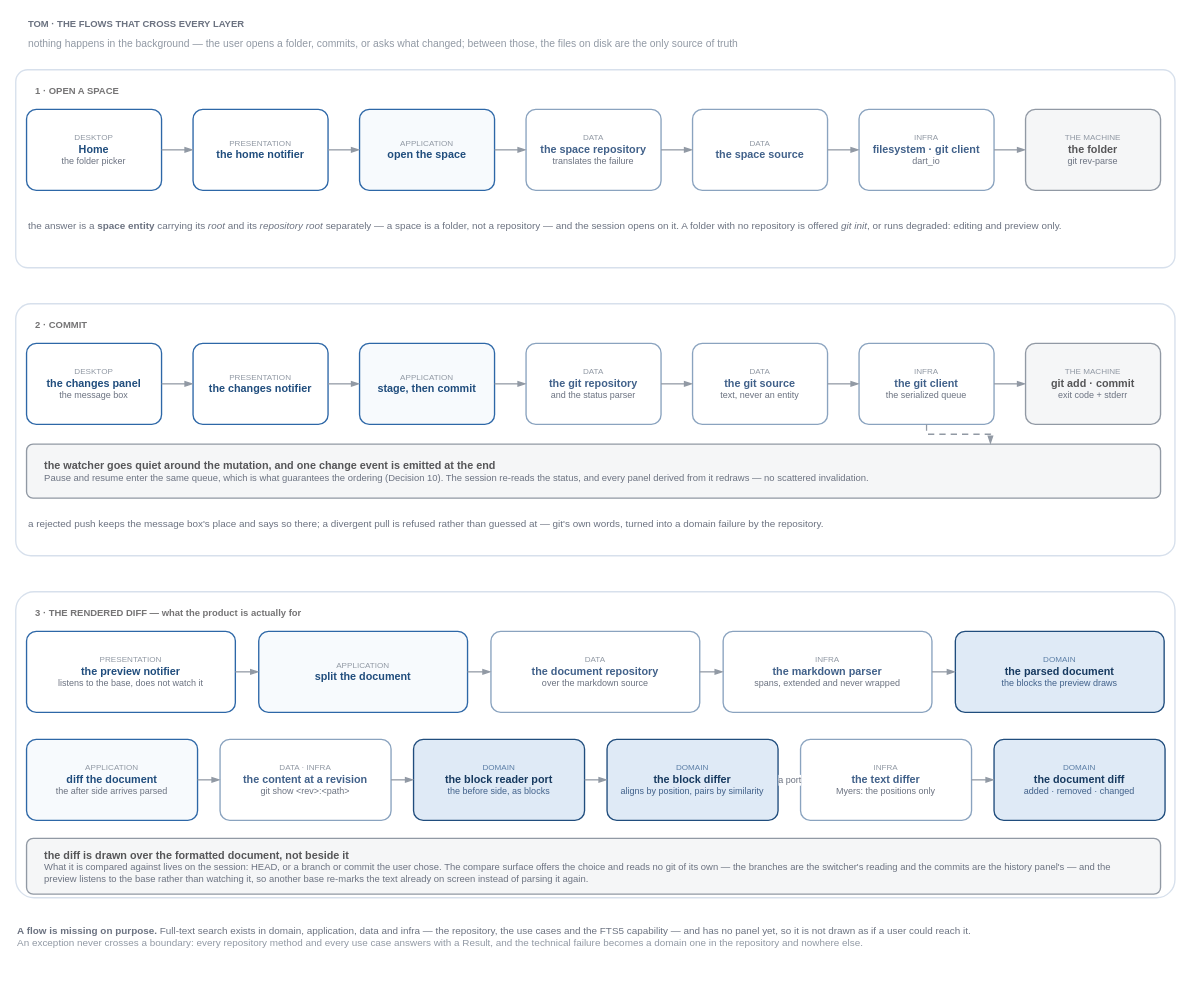
Earlier version of the draw.io diagram page "Fluxos · TOM" (4 of 4) of docs/technical/architecture.drawio (thomasfranke/tom). Source tidied: cells renumbered, new cells numbered last; positions are measured from the earlier drawing's top-left corner, leaving out a move shared by most shapes. Both pictures are drawn from the tidied source at 90%, with x=0, y=0 at pixel (15, 15).
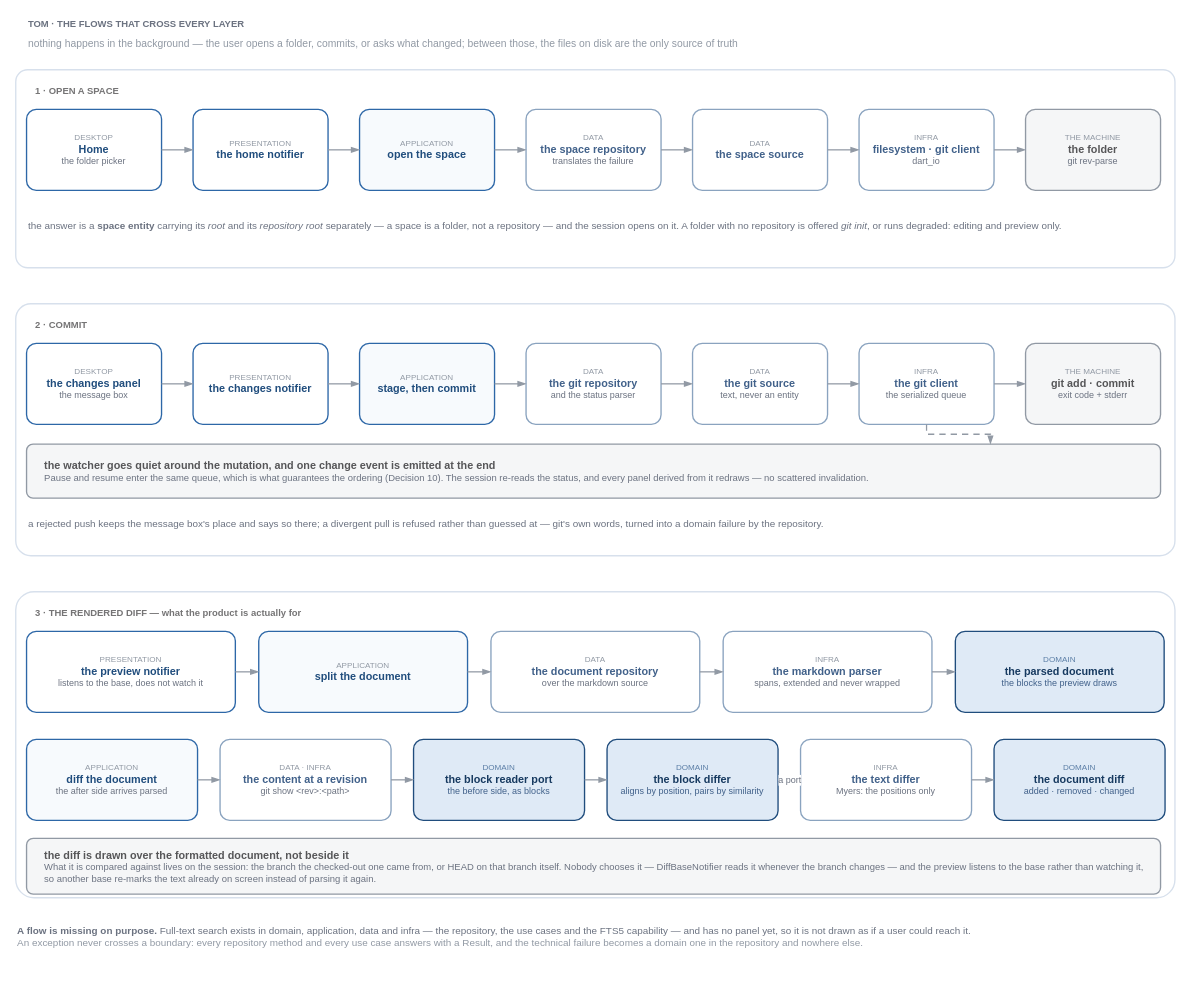
After the change.

What changed in the source:
```diff
@@
-    <mxCell id="57" value="&lt;b style=&quot;font-size:12px&quot;&gt;the diff is drawn over the formatted document, not beside it&lt;/b&gt;&lt;div style=&quot;font-size:10.5px;color:#6b7280&quot;&gt;What it is compared against lives on the session: HEAD, or a branch or commit the user chose. The compare surface offers the choice and reads no git of its own — the branches are the switcher's reading and the commits are the history panel's — and the preview listens to the base rather than watching it, so another base re-marks the text already on screen instead of parsing it again.&lt;/div&gt;" style="rounded=1;arcSize=12;whiteSpace=wrap;html=1;fontFamily=Helvetica;fillColor=#f5f6f7;strokeColor=#9199a4;strokeWidth=1.5;fontColor=#565658;verticalAlign=middle;align=left;spacingLeft=18;spacingRight=18;" parent="1" vertex="1">
+    <mxCell id="57" value="&lt;b style=&quot;font-size:12px&quot;&gt;the diff is drawn over the formatted document, not beside it&lt;/b&gt;&lt;div style=&quot;font-size:10.5px;color:#6b7280&quot;&gt;What it is compared against lives on the session: the branch the checked-out one came from, or HEAD on that branch itself. Nobody chooses it — DiffBaseNotifier reads it whenever the branch changes — and the preview listens to the base rather than watching it, so another base re-marks the text already on screen instead of parsing it again.&lt;/div&gt;" style="rounded=1;arcSize=12;whiteSpace=wrap;html=1;fontFamily=Helvetica;fillColor=#f5f6f7;strokeColor=#9199a4;strokeWidth=1.5;fontColor=#565658;verticalAlign=middle;align=left;spacingLeft=18;spacingRight=18;" parent="1" vertex="1">
       <mxGeometry x="12" y="914" width="1260" height="62" as="geometry" />
     </mxCell>
```
